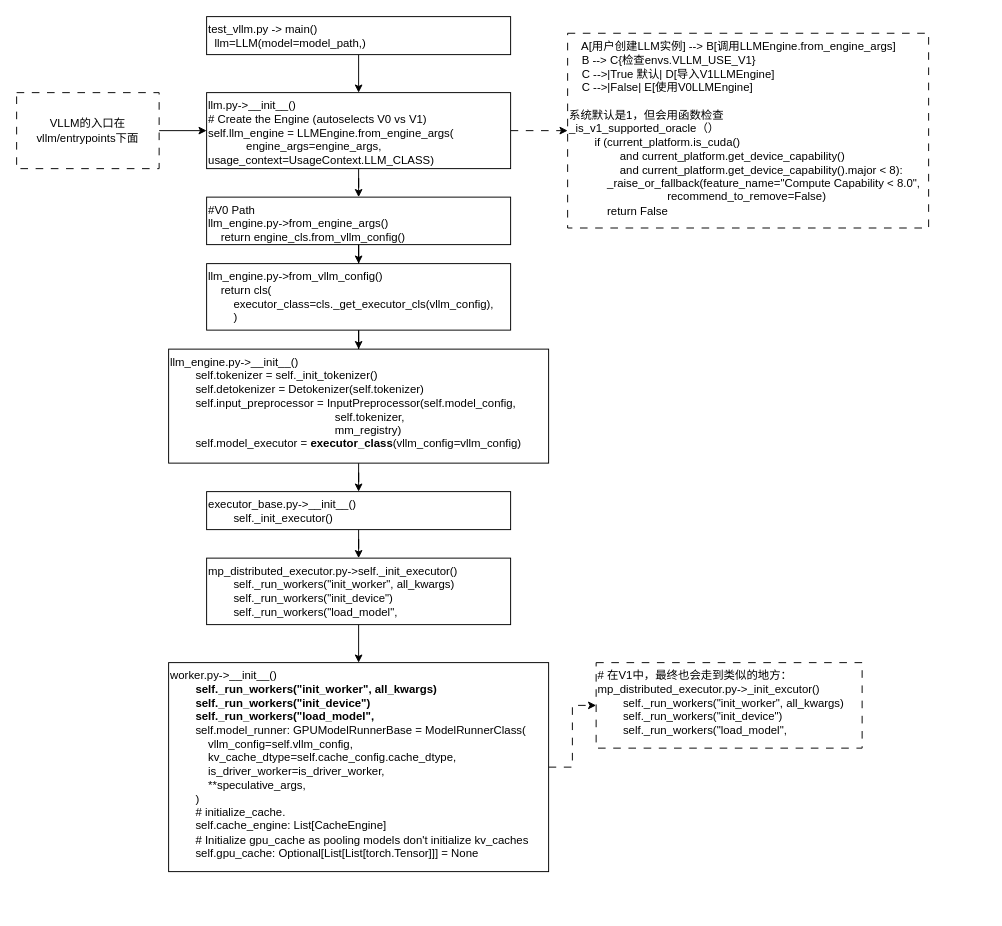
Earlier version of the draw.io diagram vllm.drawio (redfish1030/draw.io). Source tidied: cells renumbered, new cells numbered last; positions are measured from the earlier drawing's top-left corner, leaving out a move shared by most shapes. Both pictures are drawn from the tidied source at 95%, with x=0, y=0 at pixel (16, 16).
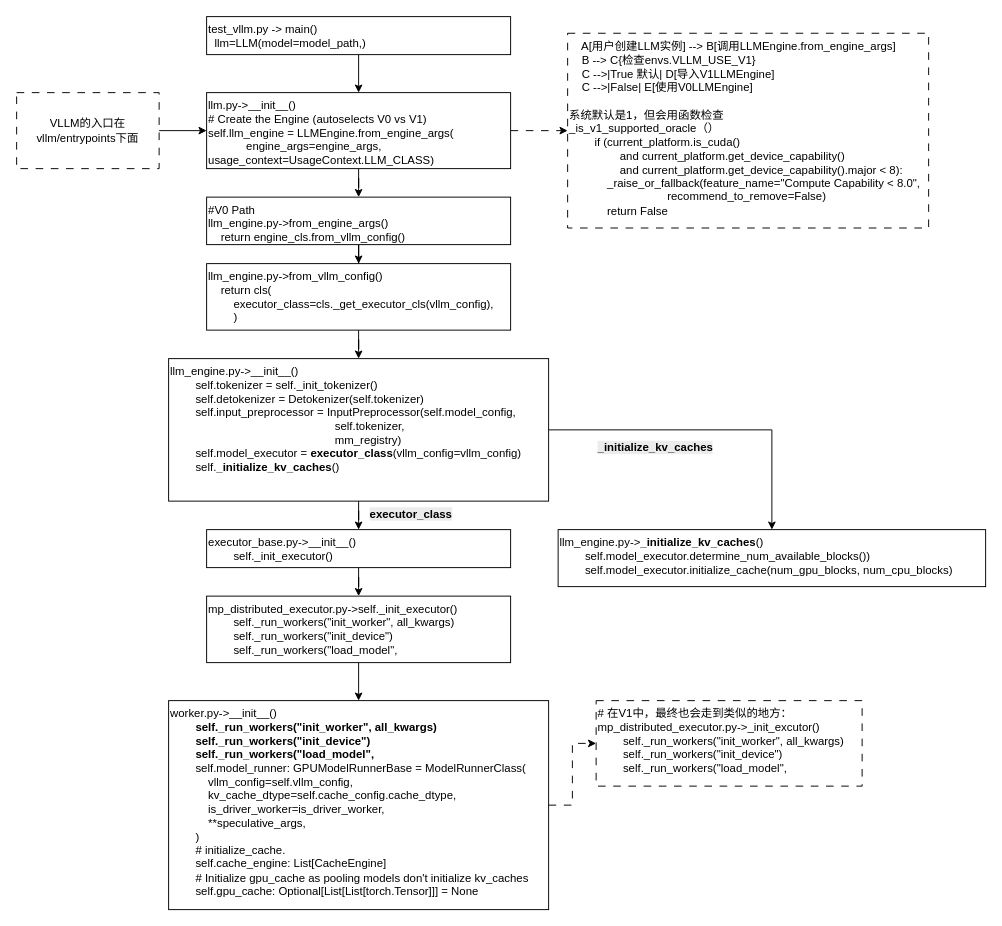
The same page after the edit.

Diff of the diagram source:
```diff
@@
+    <mxCell id="23" style="edgeStyle=orthogonalEdgeStyle;rounded=0;jettySize=auto;html=1;" parent="1" edge="1" source="14" target="25">
+      <mxGeometry relative="1" as="geometry" />
+    </mxCell>
-    <mxCell id="14" value="llm_engine.py-&amp;gt;__init__()&lt;br&gt;&amp;nbsp; &amp;nbsp; &amp;nbsp; &amp;nbsp; self.tokenizer = self._init_tokenizer()&lt;br&gt;&amp;nbsp; &amp;nbsp; &amp;nbsp; &amp;nbsp; self.detokenizer = Detokenizer(self.tokenizer)&lt;br&gt;&amp;nbsp; &amp;nbsp; &amp;nbsp; &amp;nbsp; self.input_preprocessor = InputPreprocessor(self.model_config,&lt;br&gt;&amp;nbsp; &amp;nbsp; &amp;nbsp; &amp;nbsp; &amp;nbsp; &amp;nbsp; &amp;nbsp; &amp;nbsp; &amp;nbsp; &amp;nbsp; &amp;nbsp; &amp;nbsp; &amp;nbsp; &amp;nbsp; &amp;nbsp; &amp;nbsp; &amp;nbsp; &amp;nbsp; &amp;nbsp; &amp;nbsp; &amp;nbsp; &amp;nbsp; &amp;nbsp; &amp;nbsp; &amp;nbsp; &amp;nbsp; self.tokenizer,&lt;br&gt;&amp;nbsp; &amp;nbsp; &amp;nbsp; &amp;nbsp; &amp;nbsp; &amp;nbsp; &amp;nbsp; &amp;nbsp; &amp;nbsp; &amp;nbsp; &amp;nbsp; &amp;nbsp; &amp;nbsp; &amp;nbsp; &amp;nbsp; &amp;nbsp; &amp;nbsp; &amp;nbsp; &amp;nbsp; &amp;nbsp; &amp;nbsp; &amp;nbsp; &amp;nbsp; &amp;nbsp; &amp;nbsp; &amp;nbsp; mm_registry)&lt;br&gt;&amp;nbsp; &amp;nbsp; &amp;nbsp; &amp;nbsp; self.model_executor = &lt;b&gt;executor_class&lt;/b&gt;(vllm_config=vllm_config)" style="rounded=0;whiteSpace=wrap;html=1;align=left;verticalAlign=top;" parent="1" vertex="1">
-      <mxGeometry x="160" y="350" width="400" height="120" as="geometry" />
+    <mxCell id="14" value="llm_engine.py-&amp;gt;__init__()&lt;br&gt;&amp;nbsp; &amp;nbsp; &amp;nbsp; &amp;nbsp; self.tokenizer = self._init_tokenizer()&lt;br&gt;&amp;nbsp; &amp;nbsp; &amp;nbsp; &amp;nbsp; self.detokenizer = Detokenizer(self.tokenizer)&lt;br&gt;&amp;nbsp; &amp;nbsp; &amp;nbsp; &amp;nbsp; self.input_preprocessor = InputPreprocessor(self.model_config,&lt;br&gt;&amp;nbsp; &amp;nbsp; &amp;nbsp; &amp;nbsp; &amp;nbsp; &amp;nbsp; &amp;nbsp; &amp;nbsp; &amp;nbsp; &amp;nbsp; &amp;nbsp; &amp;nbsp; &amp;nbsp; &amp;nbsp; &amp;nbsp; &amp;nbsp; &amp;nbsp; &amp;nbsp; &amp;nbsp; &amp;nbsp; &amp;nbsp; &amp;nbsp; &amp;nbsp; &amp;nbsp; &amp;nbsp; &amp;nbsp; self.tokenizer,&lt;br&gt;&amp;nbsp; &amp;nbsp; &amp;nbsp; &amp;nbsp; &amp;nbsp; &amp;nbsp; &amp;nbsp; &amp;nbsp; &amp;nbsp; &amp;nbsp; &amp;nbsp; &amp;nbsp; &amp;nbsp; &amp;nbsp; &amp;nbsp; &amp;nbsp; &amp;nbsp; &amp;nbsp; &amp;nbsp; &amp;nbsp; &amp;nbsp; &amp;nbsp; &amp;nbsp; &amp;nbsp; &amp;nbsp; &amp;nbsp; mm_registry)&lt;br&gt;&amp;nbsp; &amp;nbsp; &amp;nbsp; &amp;nbsp; self.model_executor = &lt;b&gt;executor_class&lt;/b&gt;(vllm_config=vllm_config)&lt;br&gt;&#9;&lt;span style=&quot;white-space: pre;&quot;&gt;&#9;&lt;/span&gt;self.&lt;b&gt;_initialize_kv_caches&lt;/b&gt;()" style="rounded=0;whiteSpace=wrap;html=1;align=left;verticalAlign=top;" parent="1" vertex="1">
+      <mxGeometry x="160" y="360" width="400" height="150" as="geometry" />
     </mxCell>
@@
     <mxCell id="16" value="executor_base.py-&amp;gt;__init__()&lt;br&gt;&amp;nbsp; &amp;nbsp; &amp;nbsp; &amp;nbsp; self._init_executor()" style="rounded=0;whiteSpace=wrap;html=1;align=left;verticalAlign=top;" parent="1" vertex="1">
-      <mxGeometry x="200" y="500" width="320" height="40" as="geometry" />
+      <mxGeometry x="200" y="540" width="320" height="40" as="geometry" />
     </mxCell>
@@
     <mxCell id="18" value="mp_distributed_executor.py-&amp;gt;self._init_executor()&lt;div&gt;&lt;div&gt;&amp;nbsp; &amp;nbsp; &amp;nbsp; &amp;nbsp; self._run_workers(&quot;init_worker&quot;, all_kwargs)&lt;/div&gt;&lt;div&gt;&amp;nbsp; &amp;nbsp; &amp;nbsp; &amp;nbsp; self._run_workers(&quot;init_device&quot;)&lt;/div&gt;&lt;div&gt;&amp;nbsp; &amp;nbsp; &amp;nbsp; &amp;nbsp; self._run_workers(&quot;load_model&quot;,&lt;/div&gt;&lt;/div&gt;" style="rounded=0;whiteSpace=wrap;html=1;align=left;verticalAlign=top;" parent="1" vertex="1">
-      <mxGeometry x="200" y="570" width="320" height="70" as="geometry" />
+      <mxGeometry x="200" y="610" width="320" height="70" as="geometry" />
     </mxCell>
@@
     <mxCell id="20" value="worker.py-&amp;gt;__init__()&lt;br&gt;&lt;b&gt;&amp;nbsp; &amp;nbsp; &amp;nbsp; &amp;nbsp; self._run_workers(&quot;init_worker&quot;, all_kwargs)&lt;br&gt;&amp;nbsp; &amp;nbsp; &amp;nbsp; &amp;nbsp; self._run_workers(&quot;init_device&quot;)&lt;br&gt;&amp;nbsp; &amp;nbsp; &amp;nbsp; &amp;nbsp; self._run_workers(&quot;load_model&quot;,&lt;/b&gt;&lt;br&gt;&amp;nbsp; &amp;nbsp; &amp;nbsp; &amp;nbsp; self.model_runner: GPUModelRunnerBase = ModelRunnerClass(&lt;br&gt;&amp;nbsp; &amp;nbsp; &amp;nbsp; &amp;nbsp; &amp;nbsp; &amp;nbsp; vllm_config=self.vllm_config,&lt;br&gt;&amp;nbsp; &amp;nbsp; &amp;nbsp; &amp;nbsp; &amp;nbsp; &amp;nbsp; kv_cache_dtype=self.cache_config.cache_dtype,&lt;br&gt;&amp;nbsp; &amp;nbsp; &amp;nbsp; &amp;nbsp; &amp;nbsp; &amp;nbsp; is_driver_worker=is_driver_worker,&lt;br&gt;&amp;nbsp; &amp;nbsp; &amp;nbsp; &amp;nbsp; &amp;nbsp; &amp;nbsp; **speculative_args,&lt;br&gt;&amp;nbsp; &amp;nbsp; &amp;nbsp; &amp;nbsp; )&lt;br&gt;&amp;nbsp; &amp;nbsp; &amp;nbsp; &amp;nbsp; # initialize_cache.&lt;br&gt;&amp;nbsp; &amp;nbsp; &amp;nbsp; &amp;nbsp; self.cache_engine: List[CacheEngine]&lt;br&gt;&amp;nbsp; &amp;nbsp; &amp;nbsp; &amp;nbsp; # Initialize gpu_cache as pooling models don't initialize kv_caches&lt;br&gt;&amp;nbsp; &amp;nbsp; &amp;nbsp; &amp;nbsp; self.gpu_cache: Optional[List[List[torch.Tensor]]] = None" style="rounded=0;whiteSpace=wrap;html=1;align=left;verticalAlign=top;" parent="1" vertex="1">
-      <mxGeometry x="160" y="680" width="400" height="220" as="geometry" />
+      <mxGeometry x="160" y="720" width="400" height="220" as="geometry" />
     </mxCell>
@@
     <mxCell id="22" value="&lt;div&gt;# 在V1中，最终也会走到类似的地方：&lt;/div&gt;mp_distributed_executor.py-&amp;gt;_init_excutor()&lt;br&gt;&amp;nbsp; &amp;nbsp; &amp;nbsp; &amp;nbsp; self._run_workers(&quot;init_worker&quot;, all_kwargs)&lt;br&gt;&amp;nbsp; &amp;nbsp; &amp;nbsp; &amp;nbsp; self._run_workers(&quot;init_device&quot;)&lt;br&gt;&amp;nbsp; &amp;nbsp; &amp;nbsp; &amp;nbsp; self._run_workers(&quot;load_model&quot;," style="rounded=0;whiteSpace=wrap;html=1;align=left;verticalAlign=top;dashed=1;dashPattern=8 8;" parent="1" vertex="1">
-      <mxGeometry x="610" y="680" width="280" height="90" as="geometry" />
+      <mxGeometry x="610" y="720" width="280" height="90" as="geometry" />
     </mxCell>
+    <mxCell id="24" value="&lt;b style=&quot;forced-color-adjust: none; color: rgb(0, 0, 0); font-family: Helvetica; font-size: 12px; font-style: normal; font-variant-ligatures: normal; font-variant-caps: normal; letter-spacing: normal; orphans: 2; text-align: left; text-indent: 0px; text-transform: none; widows: 2; word-spacing: 0px; -webkit-text-stroke-width: 0px; white-space: normal; background-color: rgb(236, 236, 236); text-decoration-thickness: initial; text-decoration-style: initial; text-decoration-color: initial;&quot;&gt;executor_class&lt;/b&gt;" style="text;whiteSpace=wrap;html=1;" parent="1" vertex="1">
+      <mxGeometry x="370" y="510" width="120" height="40" as="geometry" />
+    </mxCell>
+    <mxCell id="25" value="llm_engine.py-&amp;gt;&lt;b&gt;_initialize_kv_caches&lt;/b&gt;()&lt;br&gt;&amp;nbsp; &amp;nbsp; &amp;nbsp; &amp;nbsp;&amp;nbsp;self.model_executor.determine_num_available_blocks())&lt;br&gt;&#9;&lt;span style=&quot;white-space: pre;&quot;&gt;&#9;&lt;/span&gt;self.model_executor.initialize_cache(num_gpu_blocks, num_cpu_blocks)" style="rounded=0;whiteSpace=wrap;html=1;align=left;verticalAlign=top;" parent="1" vertex="1">
+      <mxGeometry x="570" y="540" width="450" height="60" as="geometry" />
+    </mxCell>
+    <mxCell id="26" value="&lt;b style=&quot;forced-color-adjust: none; color: rgb(0, 0, 0); font-family: Helvetica; font-size: 12px; font-style: normal; font-variant-ligatures: normal; font-variant-caps: normal; letter-spacing: normal; orphans: 2; text-align: left; text-indent: 0px; text-transform: none; widows: 2; word-spacing: 0px; -webkit-text-stroke-width: 0px; white-space: normal; background-color: rgb(236, 236, 236); text-decoration-thickness: initial; text-decoration-style: initial; text-decoration-color: initial;&quot;&gt;_initialize_kv_caches&lt;/b&gt;" style="text;whiteSpace=wrap;html=1;" parent="1" vertex="1">
+      <mxGeometry x="610" y="440" width="150" height="40" as="geometry" />
+    </mxCell>
```
